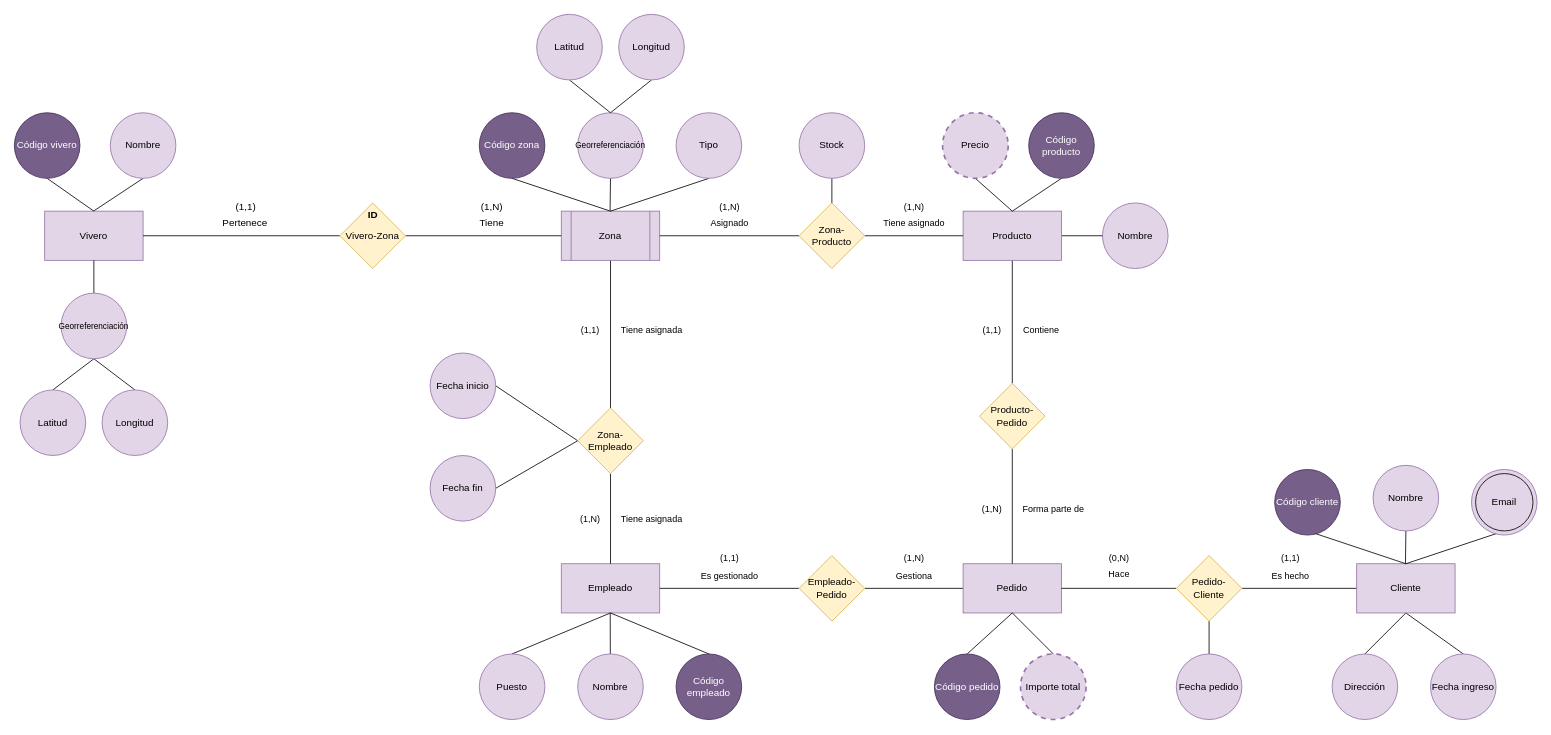
Before: P2ADBD.drawio in Nestor-DF/ADBD-2024-2025-Practica02-PE, a draw.io diagram. Source tidied: cells renumbered, new cells numbered last; positions are measured from the earlier drawing's top-left corner, leaving out a move shared by most shapes. Both pictures are drawn from the tidied source at 82%, with x=0, y=0 at pixel (14, 14).
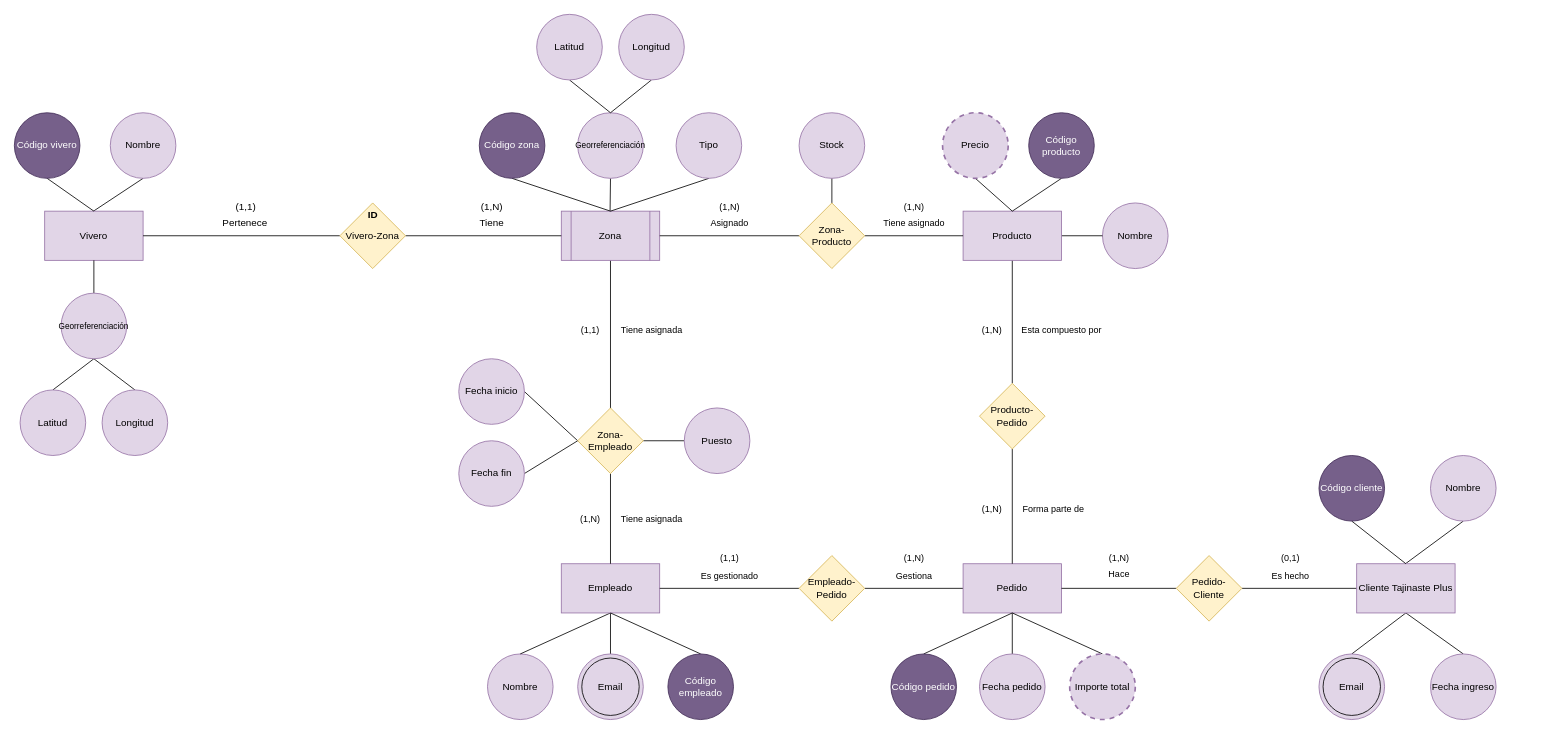
After the change.

Unchanged cells that the change refers to:
```xml
<mxCell id="45" value="Empleado" style="rounded=0;whiteSpace=wrap;html=1;fillColor=#e1d5e7;strokeColor=#9673a6;" parent="1" vertex="1">
  <mxGeometry x="667" y="670" width="120" height="60" as="geometry" />
</mxCell>
<mxCell id="53" value="Zona-Empleado" style="rhombus;whiteSpace=wrap;html=1;fillColor=#fff2cc;strokeColor=#d6b656;" parent="1" vertex="1">
  <mxGeometry x="687" y="480" width="80" height="80" as="geometry" />
</mxCell>
<mxCell id="74" value="Pedido" style="rounded=0;whiteSpace=wrap;html=1;fillColor=#e1d5e7;strokeColor=#9673a6;" parent="1" vertex="1">
  <mxGeometry x="1157" y="670" width="120" height="60" as="geometry" />
</mxCell>
<mxCell id="83" value="Pedido-Cliente" style="rhombus;whiteSpace=wrap;html=1;fillColor=#fff2cc;strokeColor=#d6b656;" parent="1" vertex="1">
  <mxGeometry x="1417" y="660" width="80" height="80" as="geometry" />
</mxCell>
```

The edit, as a diff of the source:
```diff
@@
-    <mxCell id="43" style="edgeStyle=none;rounded=0;jettySize=auto;html=1;exitX=0.5;exitY=1;exitDx=0;exitDy=0;endArrow=none;endFill=0;" parent="1" edge="1" source="44">
-      <mxGeometry relative="1" as="geometry">
-        <mxPoint x="726.5" y="670" as="targetPoint" />
-      </mxGeometry>
-    </mxCell>
     <mxCell id="44" value="Nombre" style="ellipse;whiteSpace=wrap;html=1;fillColor=#e1d5e7;strokeColor=#9673a6;" parent="1" vertex="1">
-      <mxGeometry x="687" y="780" width="80" height="80" as="geometry" />
+      <mxGeometry x="577" y="780" width="80" height="80" as="geometry" />
     </mxCell>
+    <mxCell id="106" style="edgeStyle=none;rounded=0;jettySize=auto;html=1;exitX=0.5;exitY=1;exitDx=0;exitDy=0;entryX=0.5;entryY=0;entryDx=0;entryDy=0;endArrow=none;endFill=0;" parent="1" edge="1" source="45" target="44">
+      <mxGeometry relative="1" as="geometry" />
+    </mxCell>
+    <mxCell id="107" style="edgeStyle=none;rounded=0;jettySize=auto;html=1;exitX=0.5;exitY=1;exitDx=0;exitDy=0;entryX=0.5;entryY=0;entryDx=0;entryDy=0;endArrow=none;endFill=0;" parent="1" edge="1" source="45" target="112">
+      <mxGeometry relative="1" as="geometry" />
+    </mxCell>
@@
-    <mxCell id="46" style="edgeStyle=none;rounded=0;jettySize=auto;html=1;exitX=0.5;exitY=0;exitDx=0;exitDy=0;entryX=0.5;entryY=1;entryDx=0;entryDy=0;endArrow=none;endFill=0;" parent="1" edge="1" source="47" target="45">
-      <mxGeometry relative="1" as="geometry" />
-    </mxCell>
-    <mxCell id="47" value="Puesto" style="ellipse;whiteSpace=wrap;html=1;fillColor=#e1d5e7;strokeColor=#9673a6;strokeWidth=1;" parent="1" vertex="1">
-      <mxGeometry x="567" y="780" width="80" height="80" as="geometry" />
-    </mxCell>
@@
     <mxCell id="49" value="Código empleado" style="ellipse;whiteSpace=wrap;html=1;fillColor=#76608a;strokeColor=#432D57;fontColor=#ffffff;" parent="1" vertex="1">
-      <mxGeometry x="807" y="780" width="80" height="80" as="geometry" />
+      <mxGeometry x="797" y="780" width="80" height="80" as="geometry" />
     </mxCell>
@@
+    <mxCell id="108" style="edgeStyle=none;rounded=0;jettySize=auto;html=1;exitX=1;exitY=0.5;exitDx=0;exitDy=0;entryX=0;entryY=0.5;entryDx=0;entryDy=0;endArrow=none;endFill=0;" parent="1" edge="1" source="53" target="47">
+      <mxGeometry relative="1" as="geometry" />
+    </mxCell>
@@
     <mxCell id="58" value="Fecha fin" style="ellipse;whiteSpace=wrap;html=1;fillColor=#e1d5e7;strokeColor=#9673a6;" parent="1" vertex="1">
-      <mxGeometry x="507" y="538" width="80" height="80" as="geometry" />
+      <mxGeometry x="542" y="520" width="80" height="80" as="geometry" />
     </mxCell>
     <mxCell id="59" value="Fecha inicio" style="ellipse;whiteSpace=wrap;html=1;fillColor=#e1d5e7;strokeColor=#9673a6;" parent="1" vertex="1">
-      <mxGeometry x="507" y="413" width="80" height="80" as="geometry" />
+      <mxGeometry x="542" y="420" width="80" height="80" as="geometry" />
     </mxCell>
@@
     <mxCell id="61" value="Nombre" style="ellipse;whiteSpace=wrap;html=1;fillColor=#e1d5e7;strokeColor=#9673a6;" parent="1" vertex="1">
-      <mxGeometry x="1657" y="550" width="80" height="80" as="geometry" />
+      <mxGeometry x="1727" y="538" width="80" height="80" as="geometry" />
     </mxCell>
-    <mxCell id="62" style="edgeStyle=none;shape=connector;rounded=0;jettySize=auto;html=1;exitX=0.5;exitY=1;exitDx=0;exitDy=0;entryX=0.5;entryY=0;entryDx=0;entryDy=0;strokeColor=default;align=center;verticalAlign=middle;fontFamily=Helvetica;fontSize=11;fontColor=default;labelBackgroundColor=default;endArrow=none;endFill=0;" parent="1" edge="1" source="65" target="68">
-      <mxGeometry relative="1" as="geometry" />
-    </mxCell>
@@
+    <mxCell id="109" style="edgeStyle=none;rounded=0;jettySize=auto;html=1;exitX=0.5;exitY=1;exitDx=0;exitDy=0;entryX=0.5;entryY=0;entryDx=0;entryDy=0;endArrow=none;endFill=0;" parent="1" edge="1" source="65" target="71">
+      <mxGeometry relative="1" as="geometry" />
+    </mxCell>
-    <mxCell id="65" value="Cliente" style="rounded=0;whiteSpace=wrap;html=1;fillColor=#e1d5e7;strokeColor=#9673a6;" parent="1" vertex="1">
+    <mxCell id="65" value="Cliente Tajinaste Plus" style="rounded=0;whiteSpace=wrap;html=1;fillColor=#e1d5e7;strokeColor=#9673a6;" parent="1" vertex="1">
       <mxGeometry x="1637" y="670" width="120" height="60" as="geometry" />
     </mxCell>
-    <mxCell id="66" style="edgeStyle=none;rounded=0;orthogonalLoop=1;jettySize=auto;html=1;exitX=0.5;exitY=1;exitDx=0;exitDy=0;endArrow=none;endFill=0;" parent="1" edge="1">
-      <mxGeometry relative="1" as="geometry">
-        <mxPoint x="1577" y="630" as="sourcePoint" />
-        <mxPoint x="1697" y="670" as="targetPoint" />
-      </mxGeometry>
-    </mxCell>
+    <mxCell id="110" style="edgeStyle=none;rounded=0;jettySize=auto;html=1;exitX=0.5;exitY=1;exitDx=0;exitDy=0;entryX=0.5;entryY=0;entryDx=0;entryDy=0;endArrow=none;endFill=0;" parent="1" edge="1" source="67" target="65">
+      <mxGeometry relative="1" as="geometry" />
+    </mxCell>
     <mxCell id="67" value="Código cliente" style="ellipse;whiteSpace=wrap;html=1;fillColor=#76608a;strokeColor=#432D57;fontColor=#ffffff;" parent="1" vertex="1">
-      <mxGeometry x="1537" y="555" width="80" height="80" as="geometry" />
+      <mxGeometry x="1591" y="538" width="80" height="80" as="geometry" />
     </mxCell>
-    <mxCell id="68" value="Dirección" style="ellipse;whiteSpace=wrap;html=1;fillColor=#e1d5e7;strokeColor=#9673a6;" parent="1" vertex="1">
-      <mxGeometry x="1607" y="780" width="80" height="80" as="geometry" />
-    </mxCell>
@@
-    <mxCell id="70" style="edgeStyle=none;rounded=0;jettySize=auto;html=1;exitX=0.5;exitY=1;exitDx=0;exitDy=0;entryX=0.5;entryY=0;entryDx=0;entryDy=0;endArrow=none;endFill=0;" parent="1" edge="1" target="65">
-      <mxGeometry relative="1" as="geometry">
-        <mxPoint x="1817" y="630" as="sourcePoint" />
-      </mxGeometry>
-    </mxCell>
     <mxCell id="71" value="Email" style="ellipse;whiteSpace=wrap;html=1;fillColor=#e1d5e7;strokeColor=#9673a6;" parent="1" vertex="1">
-      <mxGeometry x="1777" y="555" width="80" height="80" as="geometry" />
+      <mxGeometry x="1591" y="780" width="80" height="80" as="geometry" />
     </mxCell>
     <mxCell id="72" style="ellipse;whiteSpace=wrap;html=1;fontFamily=Helvetica;fontSize=11;labelBackgroundColor=default;fillColor=none;" parent="1" vertex="1">
-      <mxGeometry x="1782" y="560" width="70" height="70" as="geometry" />
+      <mxGeometry x="1596" y="785" width="70" height="70" as="geometry" />
     </mxCell>
@@
+    <mxCell id="111" style="edgeStyle=none;rounded=0;jettySize=auto;html=1;exitX=0.5;exitY=1;exitDx=0;exitDy=0;entryX=0.5;entryY=0;entryDx=0;entryDy=0;endArrow=none;endFill=0;" parent="1" edge="1" source="74" target="105">
+      <mxGeometry relative="1" as="geometry" />
+    </mxCell>
@@
     <mxCell id="76" value="Código pedido" style="ellipse;whiteSpace=wrap;html=1;fillColor=#76608a;strokeColor=#432D57;strokeWidth=1;fontColor=#ffffff;" parent="1" vertex="1">
-      <mxGeometry x="1122" y="780" width="80" height="80" as="geometry" />
+      <mxGeometry x="1069" y="780" width="80" height="80" as="geometry" />
     </mxCell>
@@
     <mxCell id="78" value="Importe total" style="ellipse;whiteSpace=wrap;html=1;fillColor=#e1d5e7;strokeColor=#9673a6;dashed=1;strokeWidth=2;" parent="1" vertex="1">
-      <mxGeometry x="1227" y="780" width="80" height="80" as="geometry" />
+      <mxGeometry x="1287" y="780" width="80" height="80" as="geometry" />
     </mxCell>
@@
-    <mxCell id="82" style="edgeStyle=none;rounded=0;jettySize=auto;html=1;exitX=0.5;exitY=1;exitDx=0;exitDy=0;endArrow=none;endFill=0;" parent="1" edge="1" source="83" target="105">
-      <mxGeometry relative="1" as="geometry" />
-    </mxCell>
@@
-    <mxCell id="89" value="(0,N)" style="text;html=1;align=center;verticalAlign=middle;strokeColor=none;fillColor=none;fontFamily=Helvetica;fontSize=11;fontColor=default;labelBackgroundColor=default;" parent="1" vertex="1">
+    <mxCell id="89" value="(1,N)" style="text;html=1;align=center;verticalAlign=middle;strokeColor=none;fillColor=none;fontFamily=Helvetica;fontSize=11;fontColor=default;labelBackgroundColor=default;" parent="1" vertex="1">
       <mxGeometry x="1322" y="648" width="50" height="30" as="geometry" />
     </mxCell>
@@
-    <mxCell id="91" value="(1,1)" style="text;html=1;align=center;verticalAlign=middle;strokeColor=none;fillColor=none;fontFamily=Helvetica;fontSize=11;fontColor=default;labelBackgroundColor=default;" parent="1" vertex="1">
+    <mxCell id="91" value="(0,1)" style="text;html=1;align=center;verticalAlign=middle;strokeColor=none;fillColor=none;fontFamily=Helvetica;fontSize=11;fontColor=default;labelBackgroundColor=default;" parent="1" vertex="1">
       <mxGeometry x="1531" y="648" width="50" height="30" as="geometry" />
     </mxCell>
@@
-    <mxCell id="94" value="(1,1)" style="text;html=1;align=center;verticalAlign=middle;strokeColor=none;fillColor=none;fontFamily=Helvetica;fontSize=11;fontColor=default;labelBackgroundColor=default;" parent="1" vertex="1">
+    <mxCell id="94" value="(1,N)" style="text;html=1;align=center;verticalAlign=middle;strokeColor=none;fillColor=none;fontFamily=Helvetica;fontSize=11;fontColor=default;labelBackgroundColor=default;" parent="1" vertex="1">
       <mxGeometry x="1167" y="370" width="50" height="30" as="geometry" />
     </mxCell>
-    <mxCell id="95" value="Contiene" style="text;html=1;align=center;verticalAlign=middle;strokeColor=none;fillColor=none;fontFamily=Helvetica;fontSize=11;fontColor=default;labelBackgroundColor=default;" parent="1" vertex="1">
-      <mxGeometry x="1217" y="370" width="70" height="30" as="geometry" />
+    <mxCell id="95" value="Esta compuesto por" style="text;html=1;align=center;verticalAlign=middle;strokeColor=none;fillColor=none;fontFamily=Helvetica;fontSize=11;fontColor=default;labelBackgroundColor=default;" parent="1" vertex="1">
+      <mxGeometry x="1217" y="370" width="120" height="30" as="geometry" />
     </mxCell>
@@
     <mxCell id="105" value="Fecha pedido" style="ellipse;whiteSpace=wrap;html=1;fillColor=#e1d5e7;strokeColor=#9673a6;" parent="1" vertex="1">
-      <mxGeometry x="1417" y="780" width="80" height="80" as="geometry" />
+      <mxGeometry x="1177" y="780" width="80" height="80" as="geometry" />
     </mxCell>
+    <mxCell id="47" value="Puesto" style="ellipse;whiteSpace=wrap;html=1;fillColor=#e1d5e7;strokeColor=#9673a6;" parent="1" vertex="1">
+      <mxGeometry x="817" y="480" width="80" height="80" as="geometry" />
+    </mxCell>
+    <mxCell id="112" value="Email" style="ellipse;whiteSpace=wrap;html=1;fillColor=#e1d5e7;strokeColor=#9673a6;" parent="1" vertex="1">
+      <mxGeometry x="687" y="780" width="80" height="80" as="geometry" />
+    </mxCell>
+    <mxCell id="113" style="ellipse;whiteSpace=wrap;html=1;fontFamily=Helvetica;fontSize=11;labelBackgroundColor=default;fillColor=none;" parent="1" vertex="1">
+      <mxGeometry x="692" y="785" width="70" height="70" as="geometry" />
+    </mxCell>
```
